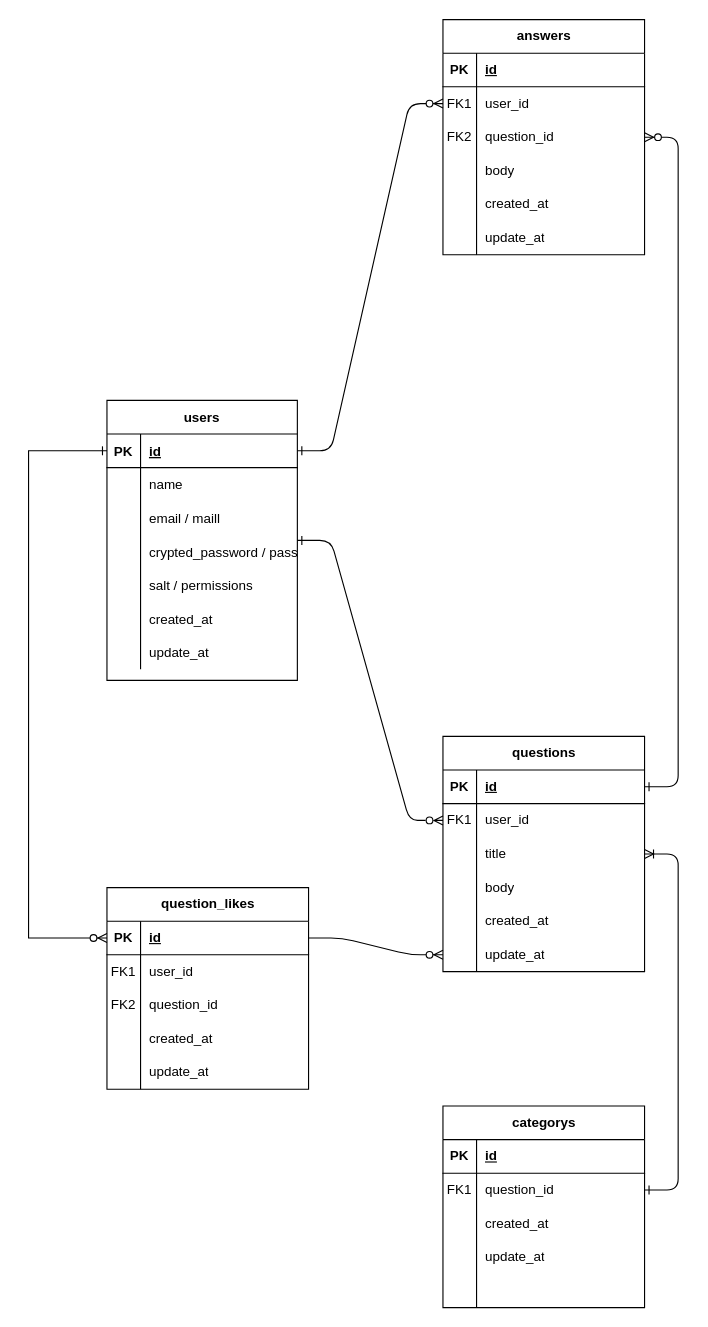
The draw.io diagram Webアプリのテーブル設計8.drawio in smkismt/Table-design-for-user-registration-function, before the edit. Source tidied: cells renumbered, new cells numbered last; positions are measured from the earlier drawing's top-left corner, leaving out a move shared by most shapes. Both pictures are drawn from the tidied source at 112%, with x=0, y=0 at pixel (28, 19).
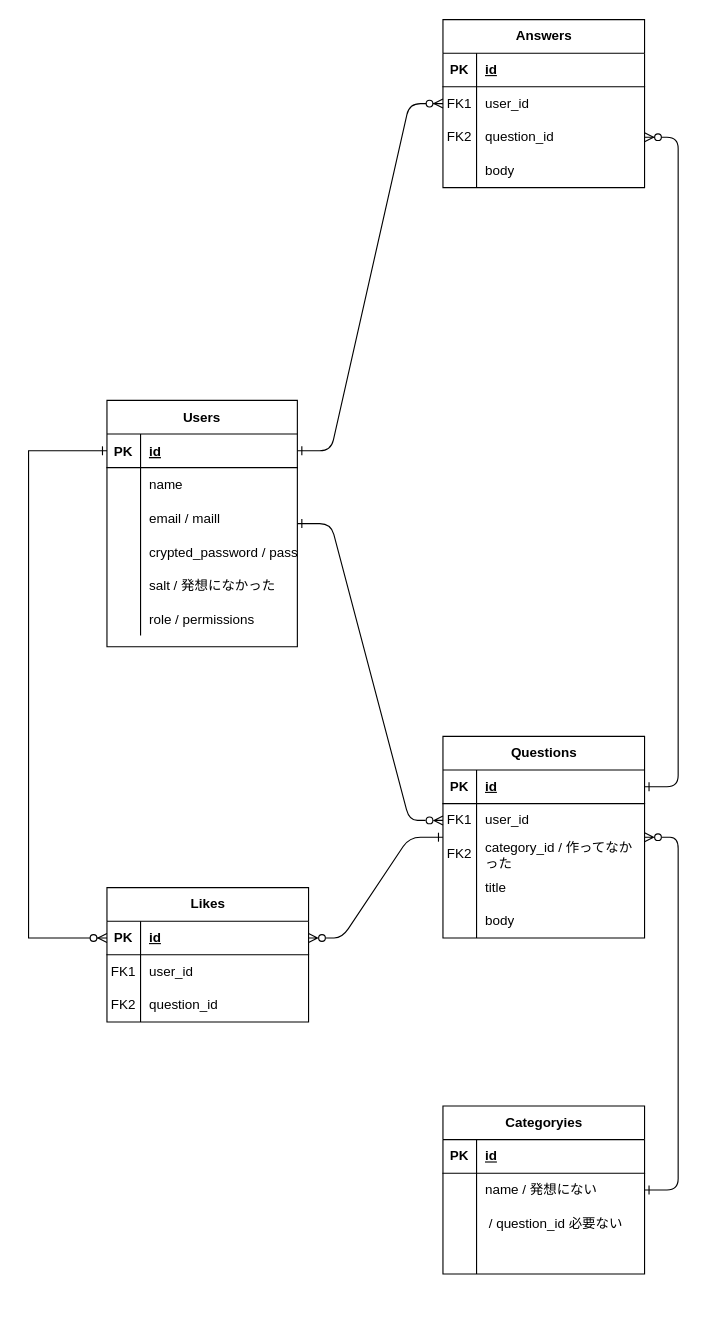
The same page after the edit.

Commit message (it also covers changes not shown here):
Webアプリのテーブル設計8.drawio を更新します

Unchanged cells that the change refers to:
```xml
<mxCell id="15" style="shape=partialRectangle;fillColor=none;top=0;left=0;right=0;bottom=0;" parent="2" vertex="1">
  <mxGeometry y="150" width="170" height="30" as="geometry" />
</mxCell>
<mxCell id="18" style="shape=partialRectangle;fillColor=none;top=0;left=0;right=0;bottom=0;" parent="2" vertex="1">
  <mxGeometry y="180" width="170" height="30" as="geometry" />
</mxCell>
<mxCell id="31" style="shape=tableRow;horizontal=0;startSize=0;swimlaneHead=0;swimlaneBody=0;fillColor=none;top=0;left=0;right=0;bottom=0;" parent="24" vertex="1">
  <mxGeometry y="90" width="180" height="30" as="geometry" />
</mxCell>
<mxCell id="34" style="shape=tableRow;horizontal=0;startSize=0;swimlaneHead=0;swimlaneBody=0;fillColor=none;top=0;left=0;right=0;bottom=0;" parent="24" vertex="1">
  <mxGeometry y="120" width="180" height="30" as="geometry" />
</mxCell>
<mxCell id="37" style="shape=tableRow;horizontal=0;startSize=0;swimlaneHead=0;swimlaneBody=0;fillColor=none;top=0;left=0;right=0;bottom=0;" parent="24" vertex="1">
  <mxGeometry y="150" width="180" height="30" as="geometry" />
</mxCell>
<mxCell id="66" style="shape=tableRow;horizontal=0;startSize=0;swimlaneHead=0;swimlaneBody=0;fillColor=none;points=[[0,0.5],[1,0.5]];portConstraint=eastwest;top=0;left=0;right=0;bottom=0;" parent="62" vertex="1">
  <mxGeometry y="60" width="180" height="30" as="geometry" />
</mxCell>
<mxCell id="69" style="shape=tableRow;horizontal=0;startSize=0;swimlaneHead=0;swimlaneBody=0;fillColor=none;top=0;left=0;right=0;bottom=0;" parent="62" vertex="1">
  <mxGeometry y="90" width="180" height="30" as="geometry" />
</mxCell>
<mxCell id="82" style="shape=tableRow;horizontal=0;startSize=0;swimlaneHead=0;swimlaneBody=0;fillColor=none;points=[[0,0.5],[1,0.5]];portConstraint=eastwest;top=0;left=0;right=0;bottom=1;" parent="81" vertex="1">
  <mxGeometry y="30" width="180" height="30" as="geometry" />
</mxCell>
```

What changed in the source:
```diff
@@
-    <mxCell id="2" value="users" style="shape=table;startSize=30;childLayout=tableLayout;rowLines=0;fontStyle=1;align=center;" parent="1" vertex="1">
-      <mxGeometry x="70" y="340" width="170" height="250" as="geometry" />
+    <mxCell id="2" value="Users" style="shape=table;startSize=30;childLayout=tableLayout;rowLines=0;fontStyle=1;align=center;" parent="1" vertex="1">
+      <mxGeometry x="70" y="340" width="170" height="220" as="geometry" />
     </mxCell>
@@
-    <mxCell id="17" value="salt / permissions" style="shape=partialRectangle;overflow=hidden;fillColor=none;top=0;left=0;bottom=0;right=0;align=left;spacingLeft=6;" parent="15" vertex="1">
+    <mxCell id="17" value="salt / 発想になかった" style="shape=partialRectangle;overflow=hidden;fillColor=none;top=0;left=0;bottom=0;right=0;align=left;spacingLeft=6;" parent="15" vertex="1">
       <mxGeometry x="30" width="140" height="30" as="geometry" />
     </mxCell>
@@
-    <mxCell id="20" value="created_at" style="shape=partialRectangle;overflow=hidden;fillColor=none;top=0;left=0;bottom=0;right=0;align=left;spacingLeft=6;" parent="18" vertex="1">
+    <mxCell id="20" value="role / permissions" style="shape=partialRectangle;overflow=hidden;fillColor=none;top=0;left=0;bottom=0;right=0;align=left;spacingLeft=6;" parent="18" vertex="1">
       <mxGeometry x="30" width="140" height="30" as="geometry" />
     </mxCell>
-    <mxCell id="21" style="shape=partialRectangle;fillColor=none;top=0;left=0;right=0;bottom=0;" parent="2" vertex="1">
-      <mxGeometry y="210" width="170" height="30" as="geometry" />
-    </mxCell>
-    <mxCell id="22" style="shape=partialRectangle;overflow=hidden;fillColor=none;top=0;left=0;bottom=0;right=0;" parent="21" vertex="1">
-      <mxGeometry width="30" height="30" as="geometry" />
-    </mxCell>
-    <mxCell id="23" value="update_at" style="shape=partialRectangle;overflow=hidden;fillColor=none;top=0;left=0;bottom=0;right=0;align=left;spacingLeft=6;" parent="21" vertex="1">
-      <mxGeometry x="30" width="140" height="30" as="geometry" />
-    </mxCell>
-    <mxCell id="24" value="questions" style="shape=table;startSize=30;childLayout=tableLayout;rowLines=0;fontStyle=1;align=center;html=1;" parent="1" vertex="1">
-      <mxGeometry x="370" y="640" width="180" height="210" as="geometry" />
+    <mxCell id="24" value="Questions" style="shape=table;startSize=30;childLayout=tableLayout;rowLines=0;fontStyle=1;align=center;html=1;" parent="1" vertex="1">
+      <mxGeometry x="370" y="640" width="180" height="180" as="geometry" />
     </mxCell>
@@
-    <mxCell id="32" style="shape=partialRectangle;fillColor=none;top=0;left=0;bottom=0;right=0;overflow=hidden;whiteSpace=wrap;html=1;" parent="31" vertex="1">
+    <mxCell id="32" value="FK2" style="shape=partialRectangle;fillColor=none;top=0;left=0;bottom=0;right=0;overflow=hidden;whiteSpace=wrap;html=1;" parent="31" vertex="1">
       <mxGeometry width="30" height="30" as="geometry" />
     </mxCell>
-    <mxCell id="33" value="title" style="shape=partialRectangle;fillColor=none;top=0;left=0;bottom=0;right=0;align=left;spacingLeft=6;overflow=hidden;whiteSpace=wrap;html=1;" parent="31" vertex="1">
+    <mxCell id="33" value="category_id / 作ってなかった" style="shape=partialRectangle;fillColor=none;top=0;left=0;bottom=0;right=0;align=left;spacingLeft=6;overflow=hidden;whiteSpace=wrap;html=1;" parent="31" vertex="1">
       <mxGeometry x="30" width="150" height="30" as="geometry" />
     </mxCell>
@@
-    <mxCell id="36" value="body" style="shape=partialRectangle;fillColor=none;top=0;left=0;bottom=0;right=0;align=left;spacingLeft=6;overflow=hidden;whiteSpace=wrap;html=1;" parent="34" vertex="1">
+    <mxCell id="36" value="title" style="shape=partialRectangle;fillColor=none;top=0;left=0;bottom=0;right=0;align=left;spacingLeft=6;overflow=hidden;whiteSpace=wrap;html=1;" parent="34" vertex="1">
       <mxGeometry x="30" width="150" height="30" as="geometry" />
     </mxCell>
@@
-    <mxCell id="39" value="&lt;span style=&quot;text-wrap: nowrap;&quot;&gt;created_at&lt;/span&gt;" style="shape=partialRectangle;fillColor=none;top=0;left=0;bottom=0;right=0;align=left;spacingLeft=6;overflow=hidden;whiteSpace=wrap;html=1;" parent="37" vertex="1">
+    <mxCell id="39" value="body" style="shape=partialRectangle;fillColor=none;top=0;left=0;bottom=0;right=0;align=left;spacingLeft=6;overflow=hidden;whiteSpace=wrap;html=1;" parent="37" vertex="1">
       <mxGeometry x="30" width="150" height="30" as="geometry" />
     </mxCell>
-    <mxCell id="40" style="shape=tableRow;horizontal=0;startSize=0;swimlaneHead=0;swimlaneBody=0;fillColor=none;points=[[0,0.5],[1,0.5]];portConstraint=eastwest;top=0;left=0;right=0;bottom=0;" parent="24" vertex="1">
-      <mxGeometry y="180" width="180" height="30" as="geometry" />
-    </mxCell>
-    <mxCell id="41" style="shape=partialRectangle;fillColor=none;top=0;left=0;bottom=0;right=0;overflow=hidden;whiteSpace=wrap;html=1;" parent="40" vertex="1">
-      <mxGeometry width="30" height="30" as="geometry" />
-    </mxCell>
-    <mxCell id="42" value="&lt;span style=&quot;text-wrap: nowrap;&quot;&gt;update_at&lt;/span&gt;" style="shape=partialRectangle;fillColor=none;top=0;left=0;bottom=0;right=0;align=left;spacingLeft=6;overflow=hidden;whiteSpace=wrap;html=1;" parent="40" vertex="1">
-      <mxGeometry x="30" width="150" height="30" as="geometry" />
-    </mxCell>
-    <mxCell id="43" value="answers" style="shape=table;startSize=30;childLayout=tableLayout;rowLines=0;fontStyle=1;align=center;html=1;" parent="1" vertex="1">
-      <mxGeometry x="370" width="180" height="210" as="geometry" />
+    <mxCell id="43" value="Answers" style="shape=table;startSize=30;childLayout=tableLayout;rowLines=0;fontStyle=1;align=center;html=1;" parent="1" vertex="1">
+      <mxGeometry x="370" width="180" height="150" as="geometry" />
     </mxCell>
@@
-    <mxCell id="56" style="shape=tableRow;horizontal=0;startSize=0;swimlaneHead=0;swimlaneBody=0;fillColor=none;top=0;left=0;right=0;bottom=0;" parent="43" vertex="1">
-      <mxGeometry y="150" width="180" height="30" as="geometry" />
-    </mxCell>
-    <mxCell id="57" style="shape=partialRectangle;fillColor=none;top=0;left=0;bottom=0;right=0;overflow=hidden;whiteSpace=wrap;html=1;" parent="56" vertex="1">
-      <mxGeometry width="30" height="30" as="geometry" />
-    </mxCell>
-    <mxCell id="58" value="created_at" style="shape=partialRectangle;fillColor=none;top=0;left=0;bottom=0;right=0;align=left;spacingLeft=6;overflow=hidden;whiteSpace=wrap;html=1;" parent="56" vertex="1">
-      <mxGeometry x="30" width="150" height="30" as="geometry" />
-    </mxCell>
-    <mxCell id="59" style="shape=tableRow;horizontal=0;startSize=0;swimlaneHead=0;swimlaneBody=0;fillColor=none;top=0;left=0;right=0;bottom=0;" parent="43" vertex="1">
-      <mxGeometry y="180" width="180" height="30" as="geometry" />
-    </mxCell>
-    <mxCell id="60" style="shape=partialRectangle;fillColor=none;top=0;left=0;bottom=0;right=0;overflow=hidden;whiteSpace=wrap;html=1;" parent="59" vertex="1">
-      <mxGeometry width="30" height="30" as="geometry" />
-    </mxCell>
-    <mxCell id="61" value="update_at" style="shape=partialRectangle;fillColor=none;top=0;left=0;bottom=0;right=0;align=left;spacingLeft=6;overflow=hidden;whiteSpace=wrap;html=1;" parent="59" vertex="1">
-      <mxGeometry x="30" width="150" height="30" as="geometry" />
-    </mxCell>
-    <mxCell id="62" value="categorys" style="shape=table;startSize=30;childLayout=tableLayout;rowLines=0;fontStyle=1;align=center;html=1;" parent="1" vertex="1">
-      <mxGeometry x="370" y="970" width="180" height="180" as="geometry" />
+    <mxCell id="62" value="Categoryies" style="shape=table;startSize=30;childLayout=tableLayout;rowLines=0;fontStyle=1;align=center;html=1;" parent="1" vertex="1">
+      <mxGeometry x="370" y="970" width="180" height="150" as="geometry" />
     </mxCell>
@@
-    <mxCell id="67" value="FK1" style="shape=partialRectangle;fillColor=none;top=0;left=0;bottom=0;right=0;overflow=hidden;whiteSpace=wrap;html=1;" parent="66" vertex="1">
+    <mxCell id="67" style="shape=partialRectangle;fillColor=none;top=0;left=0;bottom=0;right=0;overflow=hidden;whiteSpace=wrap;html=1;" parent="66" vertex="1">
       <mxGeometry width="30" height="30" as="geometry" />
     </mxCell>
-    <mxCell id="68" value="question_id" style="shape=partialRectangle;fillColor=none;top=0;left=0;bottom=0;right=0;align=left;spacingLeft=6;overflow=hidden;whiteSpace=wrap;html=1;" parent="66" vertex="1">
+    <mxCell id="68" value="name / 発想にない" style="shape=partialRectangle;fillColor=none;top=0;left=0;bottom=0;right=0;align=left;spacingLeft=6;overflow=hidden;whiteSpace=wrap;html=1;" parent="66" vertex="1">
       <mxGeometry x="30" width="150" height="30" as="geometry" />
     </mxCell>
@@
-    <mxCell id="71" value="&lt;span style=&quot;text-wrap: nowrap;&quot;&gt;created_at&lt;/span&gt;" style="shape=partialRectangle;fillColor=none;top=0;left=0;bottom=0;right=0;align=left;spacingLeft=6;overflow=hidden;whiteSpace=wrap;html=1;" parent="69" vertex="1">
+    <mxCell id="71" value="&amp;nbsp;/ question_id 必要ない" style="shape=partialRectangle;fillColor=none;top=0;left=0;bottom=0;right=0;align=left;spacingLeft=6;overflow=hidden;whiteSpace=wrap;html=1;" parent="69" vertex="1">
       <mxGeometry x="30" width="150" height="30" as="geometry" />
     </mxCell>
-    <mxCell id="72" style="shape=tableRow;horizontal=0;startSize=0;swimlaneHead=0;swimlaneBody=0;fillColor=none;top=0;left=0;right=0;bottom=0;" parent="62" vertex="1">
-      <mxGeometry y="120" width="180" height="30" as="geometry" />
-    </mxCell>
-    <mxCell id="73" style="shape=partialRectangle;fillColor=none;top=0;left=0;bottom=0;right=0;overflow=hidden;whiteSpace=wrap;html=1;" parent="72" vertex="1">
-      <mxGeometry width="30" height="30" as="geometry" />
-    </mxCell>
-    <mxCell id="74" value="&lt;span style=&quot;text-wrap: nowrap;&quot;&gt;update_at&lt;/span&gt;" style="shape=partialRectangle;fillColor=none;top=0;left=0;bottom=0;right=0;align=left;spacingLeft=6;overflow=hidden;whiteSpace=wrap;html=1;" parent="72" vertex="1">
-      <mxGeometry x="30" width="150" height="30" as="geometry" />
-    </mxCell>
     <mxCell id="75" style="shape=tableRow;horizontal=0;startSize=0;swimlaneHead=0;swimlaneBody=0;fillColor=none;top=0;left=0;right=0;bottom=0;" parent="62" vertex="1">
-      <mxGeometry y="150" width="180" height="30" as="geometry" />
+      <mxGeometry y="120" width="180" height="30" as="geometry" />
     </mxCell>
@@
-    <mxCell id="81" value="question_likes" style="shape=table;startSize=30;childLayout=tableLayout;rowLines=0;fontStyle=1;align=center;html=1;" parent="1" vertex="1">
-      <mxGeometry x="70" y="775" width="180" height="180" as="geometry" />
+    <mxCell id="81" value="Likes" style="shape=table;startSize=30;childLayout=tableLayout;rowLines=0;fontStyle=1;align=center;html=1;" parent="1" vertex="1">
+      <mxGeometry x="70" y="775" width="180" height="120" as="geometry" />
     </mxCell>
@@
-    <mxCell id="91" style="shape=tableRow;horizontal=0;startSize=0;swimlaneHead=0;swimlaneBody=0;fillColor=none;top=0;left=0;right=0;bottom=0;" parent="81" vertex="1">
-      <mxGeometry y="120" width="180" height="30" as="geometry" />
-    </mxCell>
-    <mxCell id="92" style="shape=partialRectangle;fillColor=none;top=0;left=0;bottom=0;right=0;overflow=hidden;whiteSpace=wrap;html=1;" parent="91" vertex="1">
-      <mxGeometry width="30" height="30" as="geometry" />
-    </mxCell>
-    <mxCell id="93" value="created_at" style="shape=partialRectangle;fillColor=none;top=0;left=0;bottom=0;right=0;align=left;spacingLeft=6;overflow=hidden;whiteSpace=wrap;html=1;" parent="91" vertex="1">
-      <mxGeometry x="30" width="150" height="30" as="geometry" />
-    </mxCell>
-    <mxCell id="94" style="shape=tableRow;horizontal=0;startSize=0;swimlaneHead=0;swimlaneBody=0;fillColor=none;top=0;left=0;right=0;bottom=0;" parent="81" vertex="1">
-      <mxGeometry y="150" width="180" height="30" as="geometry" />
-    </mxCell>
-    <mxCell id="95" style="shape=partialRectangle;fillColor=none;top=0;left=0;bottom=0;right=0;overflow=hidden;whiteSpace=wrap;html=1;" parent="94" vertex="1">
-      <mxGeometry width="30" height="30" as="geometry" />
-    </mxCell>
-    <mxCell id="96" value="update_at" style="shape=partialRectangle;fillColor=none;top=0;left=0;bottom=0;right=0;align=left;spacingLeft=6;overflow=hidden;whiteSpace=wrap;html=1;" parent="94" vertex="1">
-      <mxGeometry x="30" width="150" height="30" as="geometry" />
-    </mxCell>
-    <mxCell id="97" style="edgeStyle=entityRelationEdgeStyle;fontSize=12;html=1;endArrow=ERzeroToMany;endFill=1;rounded=1;curved=0;" parent="1" edge="1" source="82" target="40">
+    <mxCell id="97" style="edgeStyle=entityRelationEdgeStyle;fontSize=12;html=1;endArrow=ERone;endFill=0;rounded=1;curved=0;startArrow=ERzeroToMany;startFill=0;" parent="1" edge="1" source="82" target="24">
       <mxGeometry relative="1" as="geometry">
         <Array as="points">
           <mxPoint x="830.5" y="490" />
           <mxPoint x="500" y="515" />
         </Array>
       </mxGeometry>
     </mxCell>
@@
-    <mxCell id="99" style="edgeStyle=entityRelationEdgeStyle;fontSize=12;html=1;endArrow=ERoneToMany;rounded=1;curved=0;startArrow=ERone;startFill=0;" parent="1" edge="1" source="66" target="24">
+    <mxCell id="99" style="edgeStyle=entityRelationEdgeStyle;fontSize=12;html=1;endArrow=ERzeroToMany;rounded=1;curved=0;startArrow=ERone;startFill=0;endFill=0;" parent="1" edge="1" source="66" target="24">
       <mxGeometry relative="1" as="geometry" />
     </mxCell>
```
